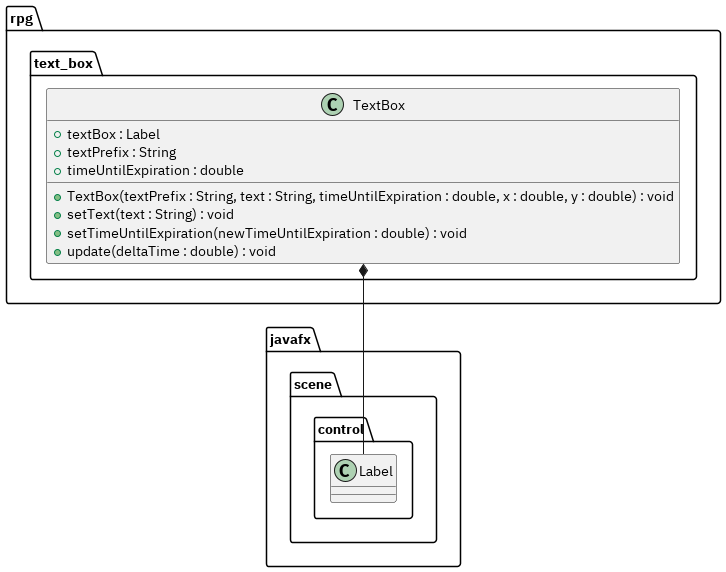
The PlantUML diagram docs/uml/class/text_box_textbox.png in trueNAHO/university-programming-fundamentals-2, before a commit. Its diagram source:
```plantuml
@startuml

package rpg.text_box {
    class TextBox {
        +textBox : Label
        +textPrefix : String
        +timeUntilExpiration : double

        +TextBox(textPrefix : String, text : String, timeUntilExpiration : double, x : double, y : double) : void
        +setText(text : String) : void
        +setTimeUntilExpiration(newTimeUntilExpiration : double) : void
        +update(deltaTime : double) : void
    }
}

package javafx.scene.control {
    class Label
}

rpg.text_box.TextBox *-- javafx.scene.control.Label

@enduml
```
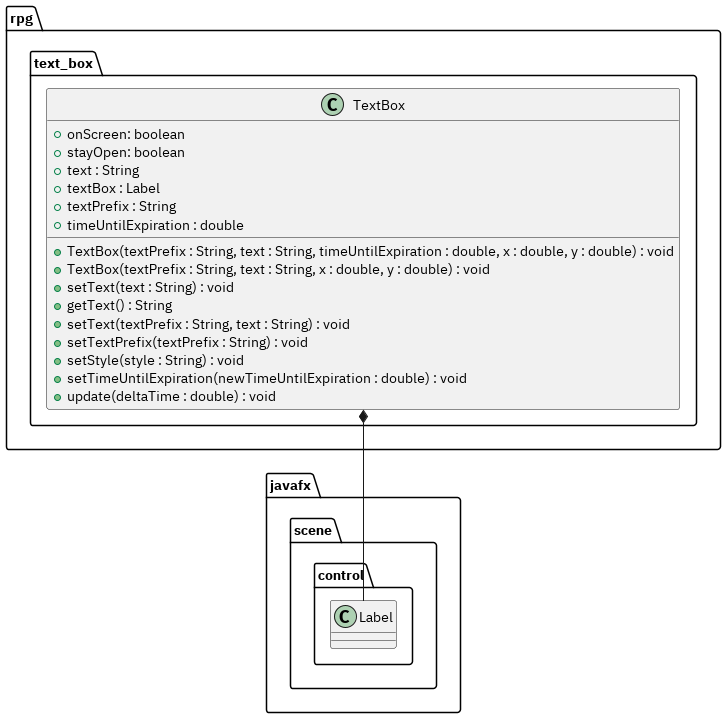
After the change.

Diff of the diagram source:
```diff
@@ -2,12 +2,20 @@
 
 package rpg.text_box {
     class TextBox {
+        +onScreen: boolean
+        +stayOpen: boolean
+        +text : String
         +textBox : Label
         +textPrefix : String
         +timeUntilExpiration : double
 
         +TextBox(textPrefix : String, text : String, timeUntilExpiration : double, x : double, y : double) : void
+        +TextBox(textPrefix : String, text : String, x : double, y : double) : void
         +setText(text : String) : void
+        +getText() : String
+        +setText(textPrefix : String, text : String) : void
+        +setTextPrefix(textPrefix : String) : void
+        +setStyle(style : String) : void
         +setTimeUntilExpiration(newTimeUntilExpiration : double) : void
         +update(deltaTime : double) : void
     }
```
